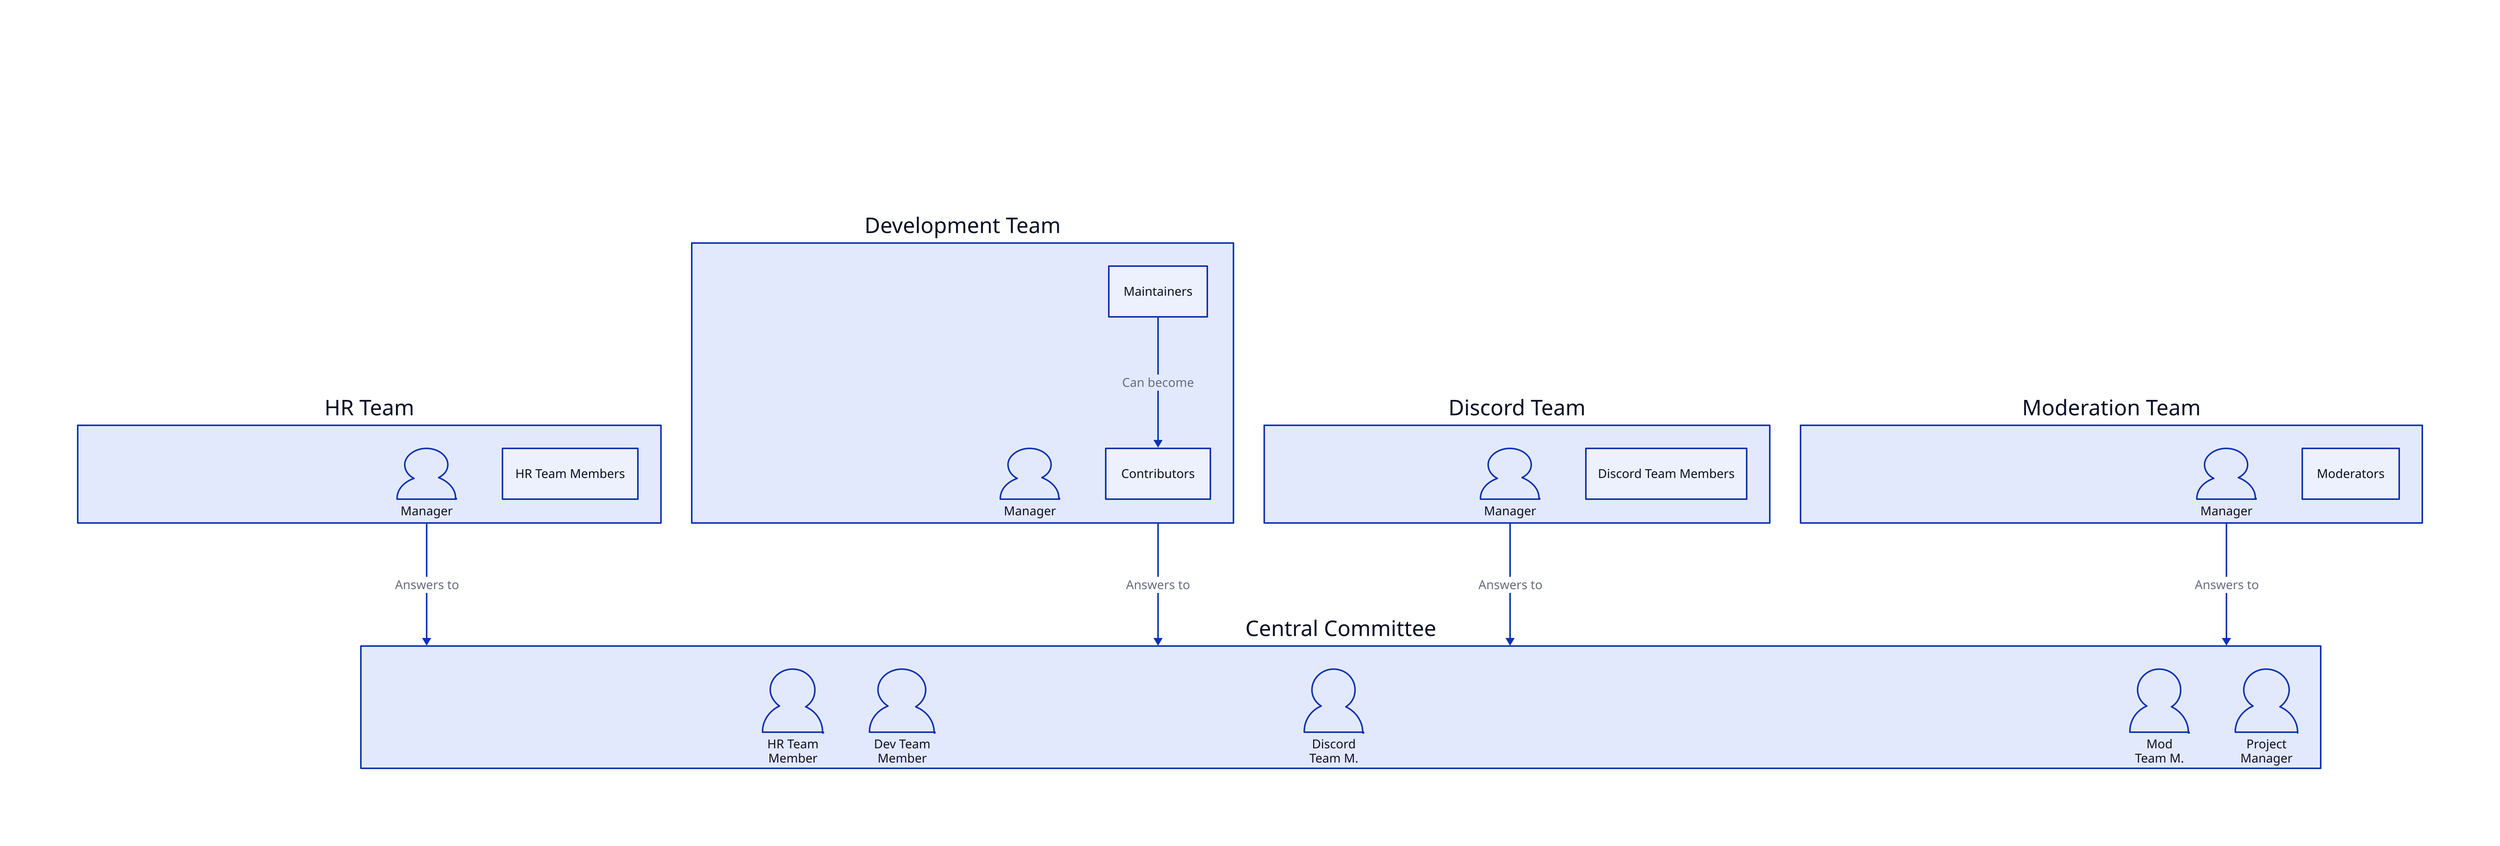
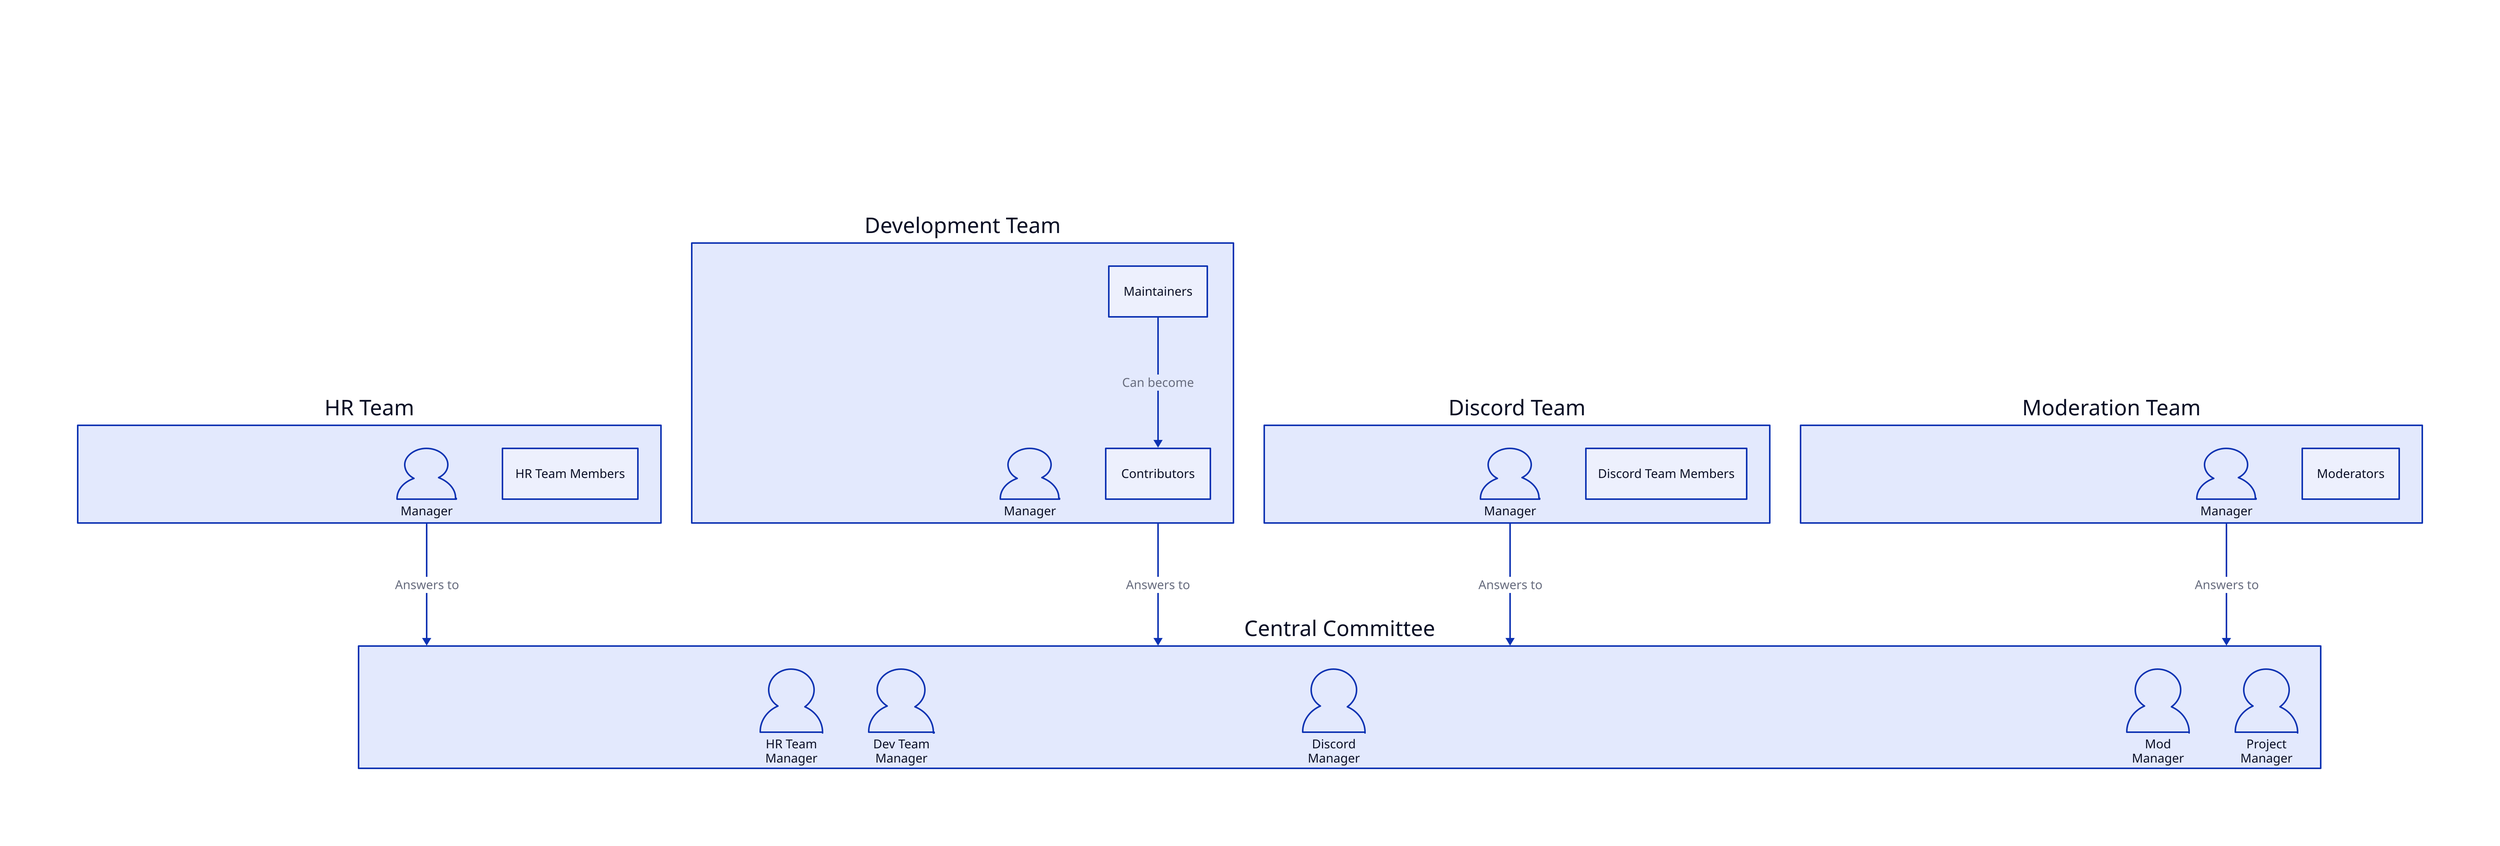
vars: {
    d2-config: {
        layout-engine: elk
    }
}

title: |md
    # A proposition for a SS14 server hierarchy
    ## By Adam Greer aka Magelfik
    Version 0.1
| {near: top-center}
direction: down

classes: {
    user: {
        shape: person
    }
}

# CC Team
cc_team: Central Committee {
    explain: |md
        Handles all central affairs,
        hires managers and project manager.

        Has ownership of Git Repository and Game Server
        as a collective.
    |

-     hr_elect: HR Team \n Member { class: user }
-     dev_elect: Dev Team \n Member { class: user }
-     discord_elect: Discord \n Team M. { class: user }
-     mod_elect: Mod \n Team M. { class: user }
+     hr_elect: HR Team \n Manager { class: user }
+     dev_elect: Dev Team \n Manager { class: user }
+     discord_elect: Discord \n Manager { class: user }
+     mod_elect: Mod \n Manager { class: user }

    project_manager: Project \n Manager { class: user }
}

# Dev Team
dev_team: Development Team {
    explain: |
        Maintains codebase, server,
        and game content
    |
    manager: Manager { class: user }

    maintainer: Maintainers
    contributor: Contributors

    contributor <- maintainer : Can become
}

# connectors for cc_team
cc_team  <- hr_team : Answers to
cc_team <- dev_team : Answers to
cc_team <- discord_team : Answers to
cc_team <- mod_team : Answers to

# HR Team
hr_team: HR Team {
    explain: |md
        Handles hiring, firing, player
        disputes, guidelines
    |
    manager: Manager { class: user }
    hr_person: HR Team Members
}

# Discord Team
discord_team: Discord Team {
    explain: |md
        Handles the Discord channel
    |
    manager: Manager { class: user }
    discord_person: Discord Team Members
}

# Moderation team
mod_team: Moderation Team {
    explain: |md
        Handles server events,
        light player support
        and rule compliance
    |
    manager: Manager { class: user }
    mods: Moderators
}